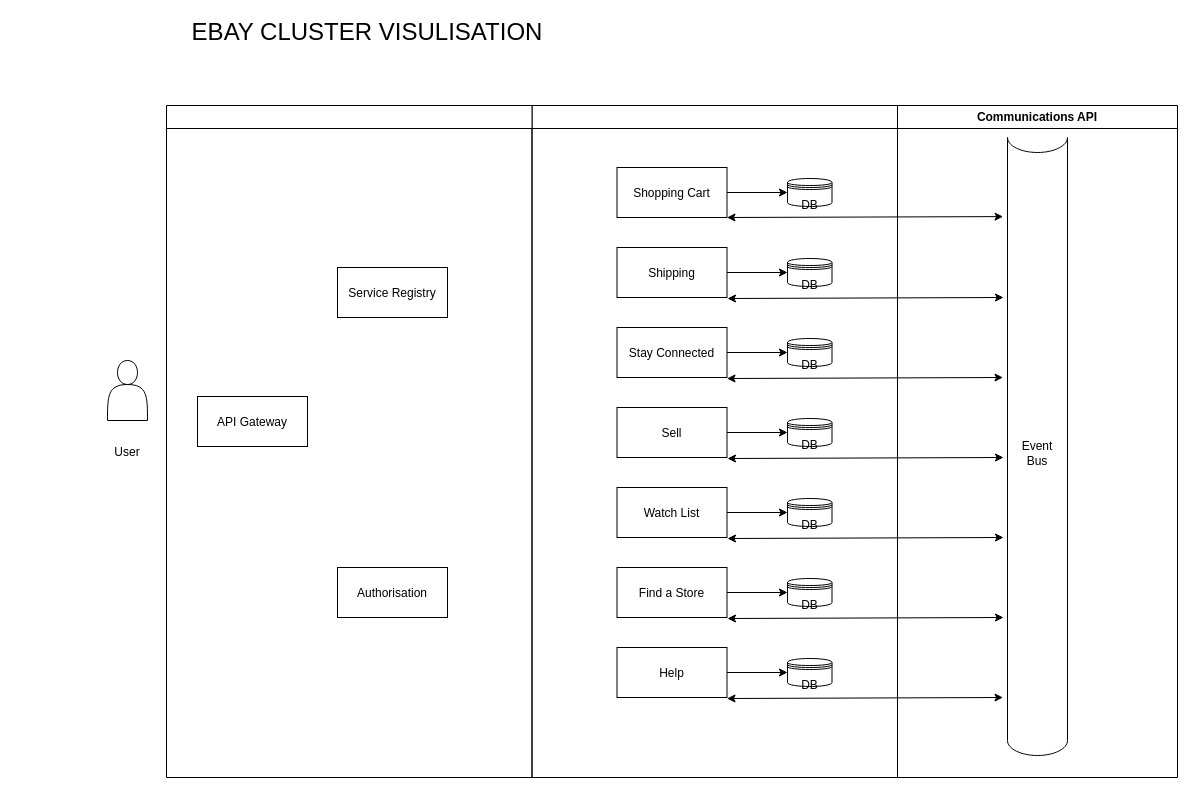
nicholas-carnie/Nicks-files keeps this draw.io diagram as ClusterVisulisation.drawio. Above is the earlier version. Source tidied: cells renumbered, new cells numbered last; positions are measured from the earlier drawing's top-left corner, leaving out a move shared by most shapes. Both pictures are drawn from the tidied source at 100%, with x=0, y=0 at pixel (97, 17).
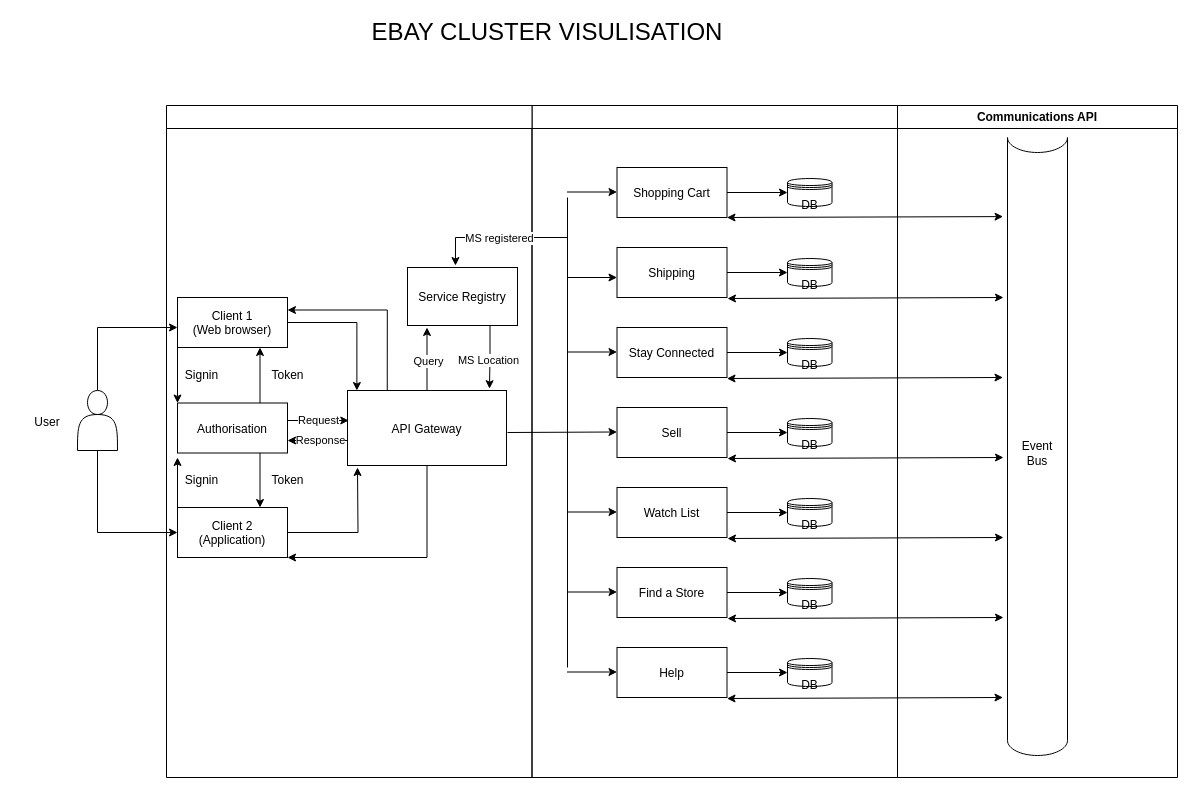
The same page after the edit.

Unchanged cells that the change refers to:
```xml
<mxCell id="9" style="swimlane;whiteSpace=wrap;" parent="1" vertex="1">
  <mxGeometry x="434.5" y="88" width="365.5" height="672" as="geometry" />
</mxCell>
<mxCell id="36" style="swimlane;whiteSpace=wrap;" parent="1" vertex="1">
  <mxGeometry x="69" y="88" width="365.5" height="672" as="geometry" />
</mxCell>
```

Change to the diagram source:
```diff
@@
+    <mxCell id="40" style="endArrow=classic;html=1;rounded=0;" parent="9" edge="1">
+      <mxGeometry relative="1" as="geometry">
+        <mxPoint x="35" y="246.5" as="sourcePoint" />
+        <mxPoint x="85" y="246.5" as="targetPoint" />
+      </mxGeometry>
+    </mxCell>
+    <mxCell id="41" style="endArrow=classic;html=1;rounded=0;" parent="9" edge="1">
+      <mxGeometry relative="1" as="geometry">
+        <mxPoint x="35" y="566.5" as="sourcePoint" />
+        <mxPoint x="85" y="566.5" as="targetPoint" />
+      </mxGeometry>
+    </mxCell>
+    <mxCell id="42" style="endArrow=classic;html=1;rounded=0;" parent="9" edge="1">
+      <mxGeometry relative="1" as="geometry">
+        <mxPoint x="35" y="486.5" as="sourcePoint" />
+        <mxPoint x="85" y="486.5" as="targetPoint" />
+      </mxGeometry>
+    </mxCell>
+    <mxCell id="43" style="endArrow=classic;html=1;rounded=0;" parent="9" edge="1">
+      <mxGeometry relative="1" as="geometry">
+        <mxPoint x="35" y="172" as="sourcePoint" />
+        <mxPoint x="85" y="172" as="targetPoint" />
+      </mxGeometry>
+    </mxCell>
+    <mxCell id="44" style="endArrow=classic;html=1;rounded=0;" parent="9" edge="1">
+      <mxGeometry relative="1" as="geometry">
+        <mxPoint x="35" y="86.5" as="sourcePoint" />
+        <mxPoint x="85" y="86.5" as="targetPoint" />
+      </mxGeometry>
+    </mxCell>
+    <mxCell id="45" style="endArrow=classic;html=1;rounded=0;" parent="9" edge="1">
+      <mxGeometry relative="1" as="geometry">
+        <mxPoint x="35" y="406.5" as="sourcePoint" />
+        <mxPoint x="85" y="406.5" as="targetPoint" />
+      </mxGeometry>
+    </mxCell>
+    <mxCell id="46" style="endArrow=classic;html=1;rounded=0;" parent="9" edge="1">
+      <mxGeometry relative="1" as="geometry">
+        <mxPoint x="-24.5" y="327" as="sourcePoint" />
+        <mxPoint x="85" y="326.5" as="targetPoint" />
+      </mxGeometry>
+    </mxCell>
     <mxCell id="32" value="&lt;font style=&quot;font-size: 24px;&quot;&gt;EBAY CLUSTER VISULISATION&lt;/font&gt;" style="text;html=1;strokeColor=none;fillColor=none;align=center;verticalAlign=middle;whiteSpace=wrap;rounded=0;" parent="1" vertex="1">
-      <mxGeometry x="30" width="480" height="30" as="geometry" />
+      <mxGeometry x="210" width="480" height="30" as="geometry" />
     </mxCell>
+    <mxCell id="47" style="edgeStyle=orthogonalEdgeStyle;rounded=0;jettySize=auto;html=1;" parent="1" edge="1" source="33" target="57">
+      <mxGeometry relative="1" as="geometry">
+        <Array as="points">
+          <mxPoint y="310" />
+        </Array>
+      </mxGeometry>
+    </mxCell>
+    <mxCell id="48" style="edgeStyle=orthogonalEdgeStyle;rounded=0;jettySize=auto;html=1;entryX=0;entryY=0.5;entryDx=0;entryDy=0;" parent="1" edge="1" source="33" target="60">
+      <mxGeometry relative="1" as="geometry">
+        <Array as="points">
+          <mxPoint y="515" />
+        </Array>
+      </mxGeometry>
+    </mxCell>
     <mxCell id="33" style="shape=actor;whiteSpace=wrap;html=1;" parent="1" vertex="1">
-      <mxGeometry x="10" y="343" width="40" height="60" as="geometry" />
+      <mxGeometry x="-20" y="373" width="40" height="60" as="geometry" />
     </mxCell>
     <mxCell id="34" value="User" style="text;html=1;strokeColor=none;fillColor=none;align=center;verticalAlign=middle;whiteSpace=wrap;rounded=0;" parent="1" vertex="1">
-      <mxGeometry y="420" width="60" height="30" as="geometry" />
+      <mxGeometry x="-80" y="390" width="60" height="30" as="geometry" />
     </mxCell>
@@
+    <mxCell id="49" style="edgeStyle=orthogonalEdgeStyle;rounded=0;jettySize=auto;html=1;exitX=0.75;exitY=0;exitDx=0;exitDy=0;entryX=0.75;entryY=1;entryDx=0;entryDy=0;" parent="36" edge="1" source="37" target="57">
+      <mxGeometry relative="1" as="geometry" />
+    </mxCell>
+    <mxCell id="50" style="edgeStyle=orthogonalEdgeStyle;rounded=0;jettySize=auto;html=1;exitX=0.75;exitY=1;exitDx=0;exitDy=0;entryX=0.75;entryY=0;entryDx=0;entryDy=0;" parent="36" edge="1" source="37" target="60">
+      <mxGeometry relative="1" as="geometry" />
+    </mxCell>
     <mxCell id="37" value="Authorisation" parent="36" vertex="1">
-      <mxGeometry x="171" y="462" width="110" height="50" as="geometry" />
+      <mxGeometry x="11" y="297.5" width="110" height="50" as="geometry" />
     </mxCell>
+    <mxCell id="51" value="Response" style="edgeStyle=orthogonalEdgeStyle;rounded=0;jettySize=auto;html=1;exitX=0;exitY=0.75;exitDx=0;exitDy=0;entryX=1;entryY=0.75;entryDx=0;entryDy=0;" parent="36" edge="1" source="38" target="37">
+      <mxGeometry relative="1" as="geometry">
+        <Array as="points">
+          <mxPoint x="181" y="335" />
+        </Array>
+      </mxGeometry>
+    </mxCell>
+    <mxCell id="52" style="edgeStyle=orthogonalEdgeStyle;rounded=0;jettySize=auto;html=1;" parent="36" edge="1" source="38">
+      <mxGeometry relative="1" as="geometry">
+        <mxPoint x="260.5" y="222" as="targetPoint" />
+      </mxGeometry>
+    </mxCell>
+    <mxCell id="53" value="Query" style="edgeLabel;html=1;align=center;verticalAlign=middle;" parent="52" vertex="1">
+      <mxGeometry x="-0.03" y="-1" relative="1" as="geometry">
+        <mxPoint x="1" as="offset" />
+      </mxGeometry>
+    </mxCell>
+    <mxCell id="54" style="edgeStyle=orthogonalEdgeStyle;rounded=0;jettySize=auto;html=1;exitX=0.25;exitY=0;exitDx=0;exitDy=0;entryX=1;entryY=0.25;entryDx=0;entryDy=0;" parent="36" edge="1" source="38" target="57">
+      <mxGeometry relative="1" as="geometry" />
+    </mxCell>
+    <mxCell id="55" style="edgeStyle=orthogonalEdgeStyle;rounded=0;jettySize=auto;html=1;entryX=1;entryY=1;entryDx=0;entryDy=0;" parent="36" edge="1" source="38" target="60">
+      <mxGeometry relative="1" as="geometry">
+        <Array as="points">
+          <mxPoint x="261" y="452" />
+        </Array>
+      </mxGeometry>
+    </mxCell>
     <mxCell id="38" value="API Gateway" parent="36" vertex="1">
-      <mxGeometry x="31" y="291" width="110" height="50" as="geometry" />
+      <mxGeometry x="181" y="285" width="159" height="75" as="geometry" />
     </mxCell>
     <mxCell id="39" value="Service Registry" parent="36" vertex="1">
-      <mxGeometry x="171" y="162" width="110" height="50" as="geometry" />
+      <mxGeometry x="241" y="162" width="110" height="58" as="geometry" />
     </mxCell>
+    <mxCell id="56" style="edgeStyle=orthogonalEdgeStyle;rounded=0;jettySize=auto;html=1;exitX=0;exitY=1;exitDx=0;exitDy=0;entryX=0;entryY=0;entryDx=0;entryDy=0;" parent="36" edge="1" source="57" target="37">
+      <mxGeometry relative="1" as="geometry" />
+    </mxCell>
+    <mxCell id="57" value="Client 1 &#10;(Web browser)" parent="36" vertex="1">
+      <mxGeometry x="11" y="192" width="110" height="50" as="geometry" />
+    </mxCell>
+    <mxCell id="58" style="edgeStyle=orthogonalEdgeStyle;rounded=0;jettySize=auto;html=1;" parent="36" edge="1" source="60">
+      <mxGeometry relative="1" as="geometry">
+        <mxPoint x="191" y="362" as="targetPoint" />
+      </mxGeometry>
+    </mxCell>
+    <mxCell id="59" style="edgeStyle=orthogonalEdgeStyle;rounded=0;jettySize=auto;html=1;exitX=0;exitY=0;exitDx=0;exitDy=0;" parent="36" edge="1" source="60">
+      <mxGeometry relative="1" as="geometry">
+        <mxPoint x="11" y="352" as="targetPoint" />
+      </mxGeometry>
+    </mxCell>
+    <mxCell id="60" value="Client 2 &#10;(Application)" parent="36" vertex="1">
+      <mxGeometry x="11" y="402" width="110" height="50" as="geometry" />
+    </mxCell>
+    <mxCell id="61" style="edgeStyle=orthogonalEdgeStyle;rounded=0;jettySize=auto;html=1;entryX=0.059;entryY=0;entryDx=0;entryDy=0;entryPerimeter=0;" parent="36" edge="1" source="57" target="38">
+      <mxGeometry relative="1" as="geometry" />
+    </mxCell>
+    <mxCell id="62" value="Request" style="edgeStyle=orthogonalEdgeStyle;rounded=0;jettySize=auto;html=1;entryX=0.008;entryY=0.4;entryDx=0;entryDy=0;entryPerimeter=0;" parent="36" edge="1" source="37" target="38">
+      <mxGeometry relative="1" as="geometry">
+        <Array as="points">
+          <mxPoint x="141" y="315" />
+          <mxPoint x="141" y="315" />
+        </Array>
+      </mxGeometry>
+    </mxCell>
+    <mxCell id="63" style="endArrow=none;html=1;rounded=0;" parent="36" edge="1">
+      <mxGeometry relative="1" as="geometry">
+        <mxPoint x="401" y="562" as="sourcePoint" />
+        <mxPoint x="401" y="92" as="targetPoint" />
+      </mxGeometry>
+    </mxCell>
+    <mxCell id="64" style="endArrow=classic;html=1;rounded=0;entryX=0.436;entryY=-0.034;entryDx=0;entryDy=0;entryPerimeter=0;" parent="36" edge="1" target="39">
+      <mxGeometry relative="1" as="geometry">
+        <mxPoint x="401" y="132" as="sourcePoint" />
+        <Array as="points">
+          <mxPoint x="289" y="132" />
+        </Array>
+      </mxGeometry>
+    </mxCell>
+    <mxCell id="65" value="MS registered" style="edgeLabel;html=1;align=center;verticalAlign=middle;" parent="64" vertex="1">
+      <mxGeometry x="-0.01" relative="1" as="geometry" />
+    </mxCell>
+    <mxCell id="66" value="Token" style="text;html=1;align=center;verticalAlign=middle;strokeColor=none;fillColor=none;" parent="36" vertex="1">
+      <mxGeometry x="91" y="255" width="60" height="30" as="geometry" />
+    </mxCell>
+    <mxCell id="67" value="Token" style="text;html=1;align=center;verticalAlign=middle;strokeColor=none;fillColor=none;" parent="36" vertex="1">
+      <mxGeometry x="91" y="360" width="60" height="30" as="geometry" />
+    </mxCell>
+    <mxCell id="68" style="edgeStyle=orthogonalEdgeStyle;rounded=0;jettySize=auto;html=1;exitX=0.75;exitY=1;exitDx=0;exitDy=0;entryX=0.893;entryY=-0.024;entryDx=0;entryDy=0;entryPerimeter=0;" parent="36" edge="1" source="39" target="38">
+      <mxGeometry relative="1" as="geometry" />
+    </mxCell>
+    <mxCell id="69" value="MS Location" style="edgeLabel;html=1;align=center;verticalAlign=middle;" parent="68" vertex="1">
+      <mxGeometry x="0.09" y="-1" relative="1" as="geometry" />
+    </mxCell>
+    <mxCell id="70" value="Signin" style="text;html=1;align=center;verticalAlign=middle;strokeColor=none;fillColor=none;" parent="36" vertex="1">
+      <mxGeometry x="5" y="255" width="60" height="30" as="geometry" />
+    </mxCell>
+    <mxCell id="71" value="Signin" style="text;html=1;align=center;verticalAlign=middle;strokeColor=none;fillColor=none;" parent="36" vertex="1">
+      <mxGeometry x="5" y="360" width="60" height="30" as="geometry" />
+    </mxCell>
```
